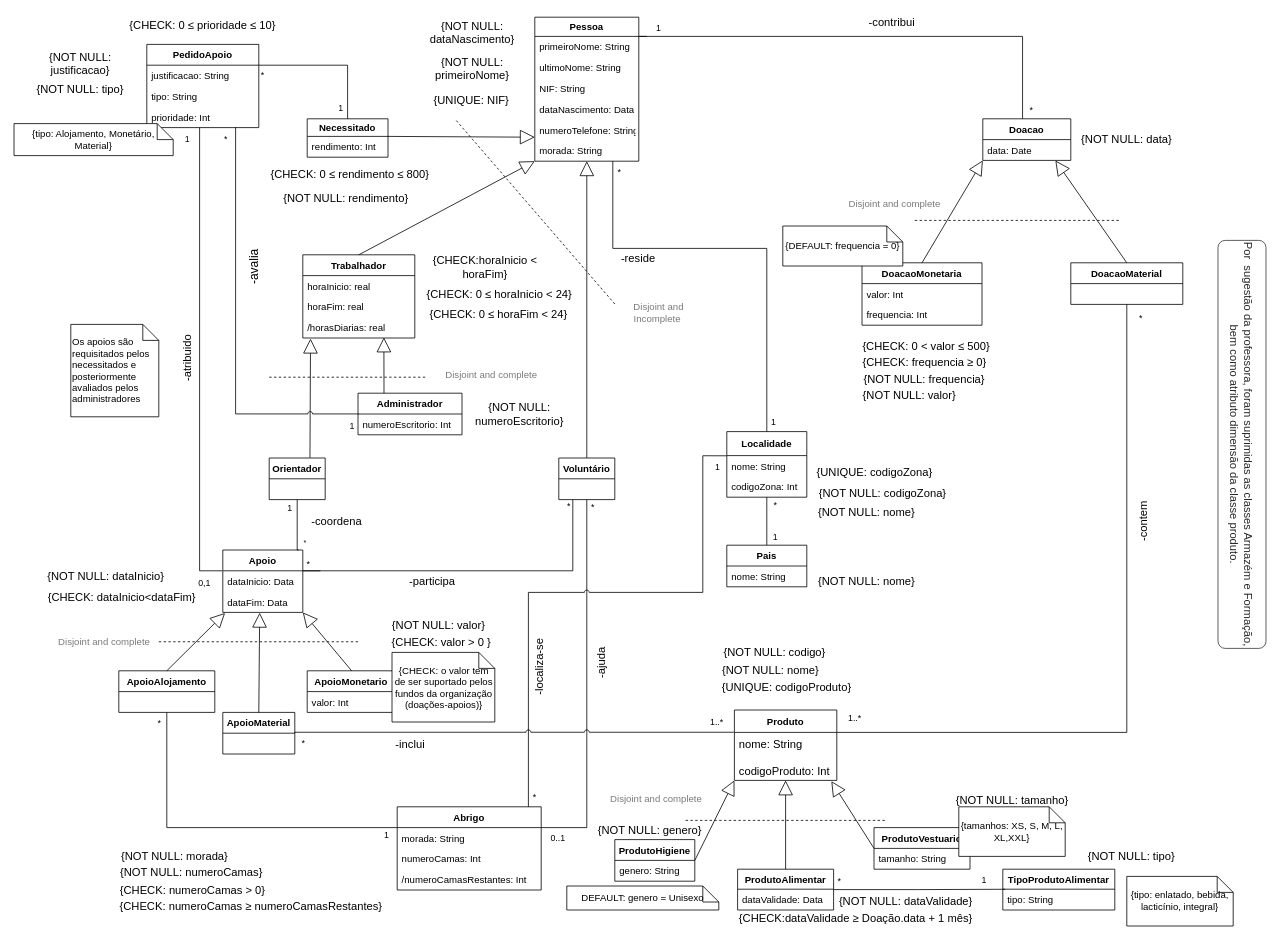
Earlier version of the draw.io diagram Delivery_I/diagram.drawio (francisco-rente/FEUP-BDAD). Source tidied: cells renumbered, new cells numbered last; positions are measured from the earlier drawing's top-left corner, leaving out a move shared by most shapes. Both pictures are drawn from the tidied source at 80%, with x=0, y=0 at pixel (14, 14).
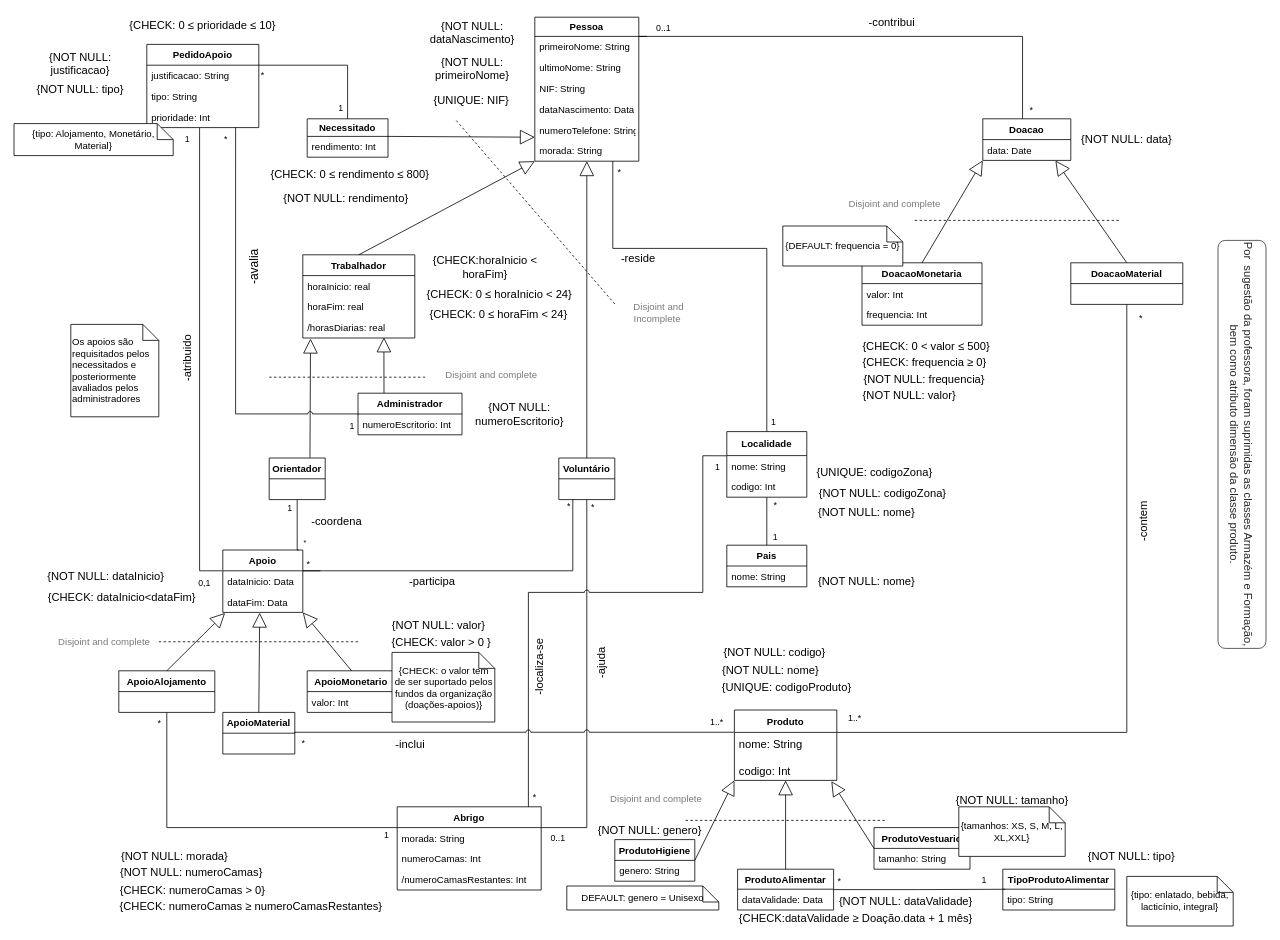
The same page after the edit.

Unchanged cells that the change refers to:
```xml
<mxCell id="41" value="Localidade" style="swimlane;fontStyle=1;horizontal=1;startSize=30;fillColor=none;" parent="1" vertex="1">
  <mxGeometry x="891" y="522" width="100" height="82" as="geometry" />
</mxCell>
<mxCell id="59" style="endArrow=none;html=1;edgeStyle=orthogonalEdgeStyle;strokeColor=#000000;entryX=0.5;entryY=0;entryDx=0;entryDy=0;rounded=0;jumpStyle=arc;" parent="1" edge="1">
  <mxGeometry x="185.7" y="26" as="geometry">
    <mxPoint x="791" y="28" as="sourcePoint" />
    <mxPoint x="1260.7" y="131" as="targetPoint" />
    <Array as="points">
      <mxPoint x="781" y="28" />
      <mxPoint x="1261" y="28" />
    </Array>
  </mxGeometry>
</mxCell>
<mxCell id="132" value="Produto" style="swimlane;fontStyle=1;horizontal=1;startSize=28;fillColor=none;" parent="1" vertex="1">
  <mxGeometry x="900.5" y="870" width="128" height="88" as="geometry" />
</mxCell>
```

Change to the diagram source:
```diff
@@
-    <mxCell id="43" value="codigoZona: Int" style="text;strokeColor=none;fillColor=none;align=left;verticalAlign=top;spacingLeft=4;spacingRight=4;overflow=hidden;" parent="41" vertex="1">
+    <mxCell id="43" value="codigo: Int" style="text;strokeColor=none;fillColor=none;align=left;verticalAlign=top;spacingLeft=4;spacingRight=4;overflow=hidden;" parent="41" vertex="1">
       <mxGeometry y="56" width="100" height="26" as="geometry" />
     </mxCell>
@@
-    <mxCell id="60" value="1" style="edgeLabel;html=1;align=left;verticalAlign=bottom;" parent="59" vertex="1">
+    <mxCell id="60" value="0..1" style="edgeLabel;html=1;align=left;verticalAlign=bottom;" parent="59" vertex="1">
       <mxGeometry x="-1" relative="1" as="geometry">
         <mxPoint x="10" y="-2.1" as="offset" />
       </mxGeometry>
     </mxCell>
@@
-    <mxCell id="134" value="codigoProduto: Int" style="text;strokeColor=none;fillColor=none;align=left;verticalAlign=top;spacingLeft=4;spacingRight=4;overflow=hidden;points=[[0,0.5],[1,0.5]];portConstraint=eastwest;fontSize=14;" parent="132" vertex="1">
+    <mxCell id="134" value="codigo: Int" style="text;strokeColor=none;fillColor=none;align=left;verticalAlign=top;spacingLeft=4;spacingRight=4;overflow=hidden;points=[[0,0.5],[1,0.5]];portConstraint=eastwest;fontSize=14;" parent="132" vertex="1">
       <mxGeometry y="62" width="128" height="26" as="geometry" />
     </mxCell>
```
